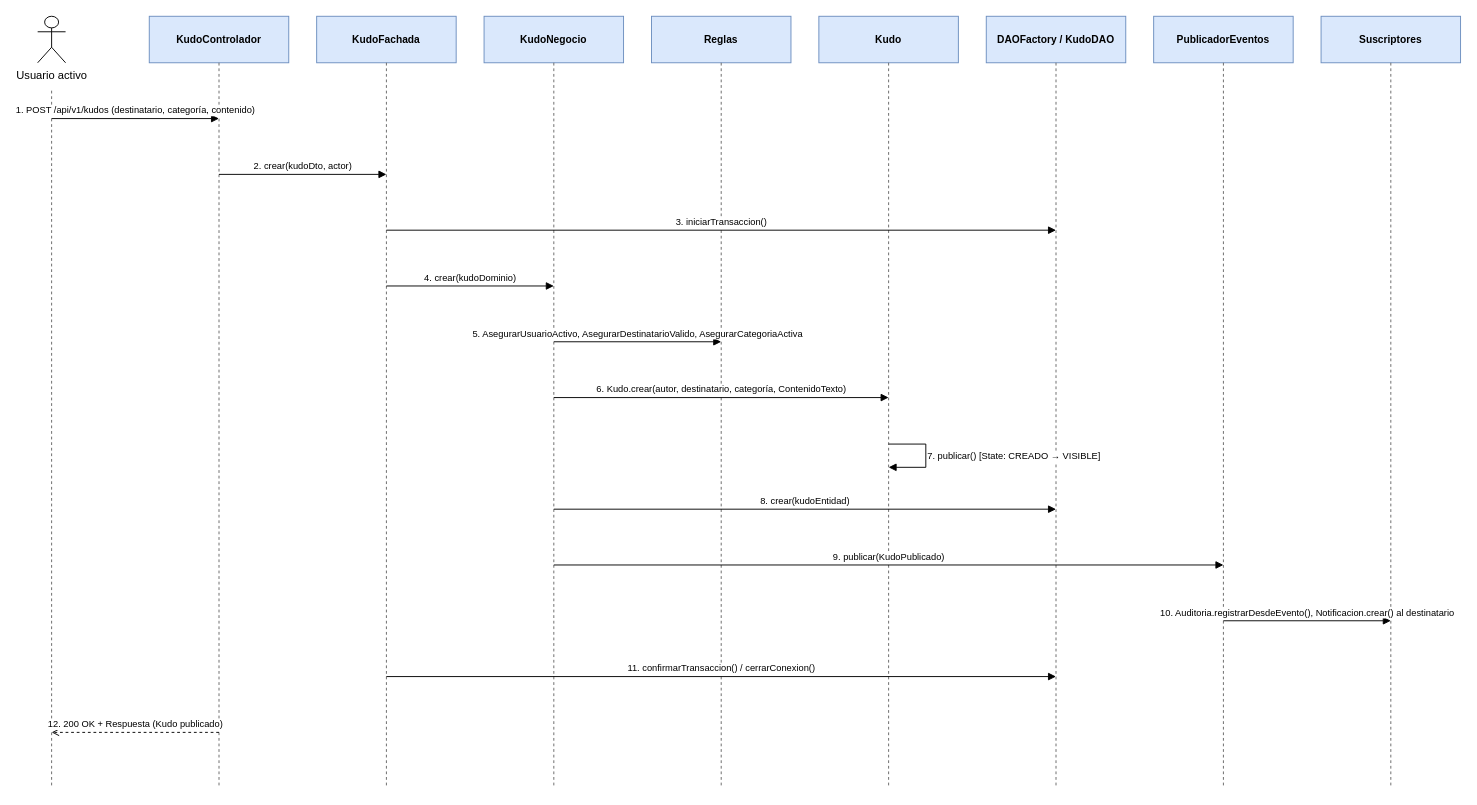
The draw.io diagram page "Crear Kudo" (1 of 5) of documentacion/fuentes/diagramas-secuencia.drawio in JaiderSoto07/kudos-backend, before the edit. Source tidied: cells renumbered, new cells numbered last; positions are measured from the earlier drawing's top-left corner, leaving out a move shared by most shapes. Both pictures are drawn from the tidied source at 93%, with x=0, y=0 at pixel (37, 16).
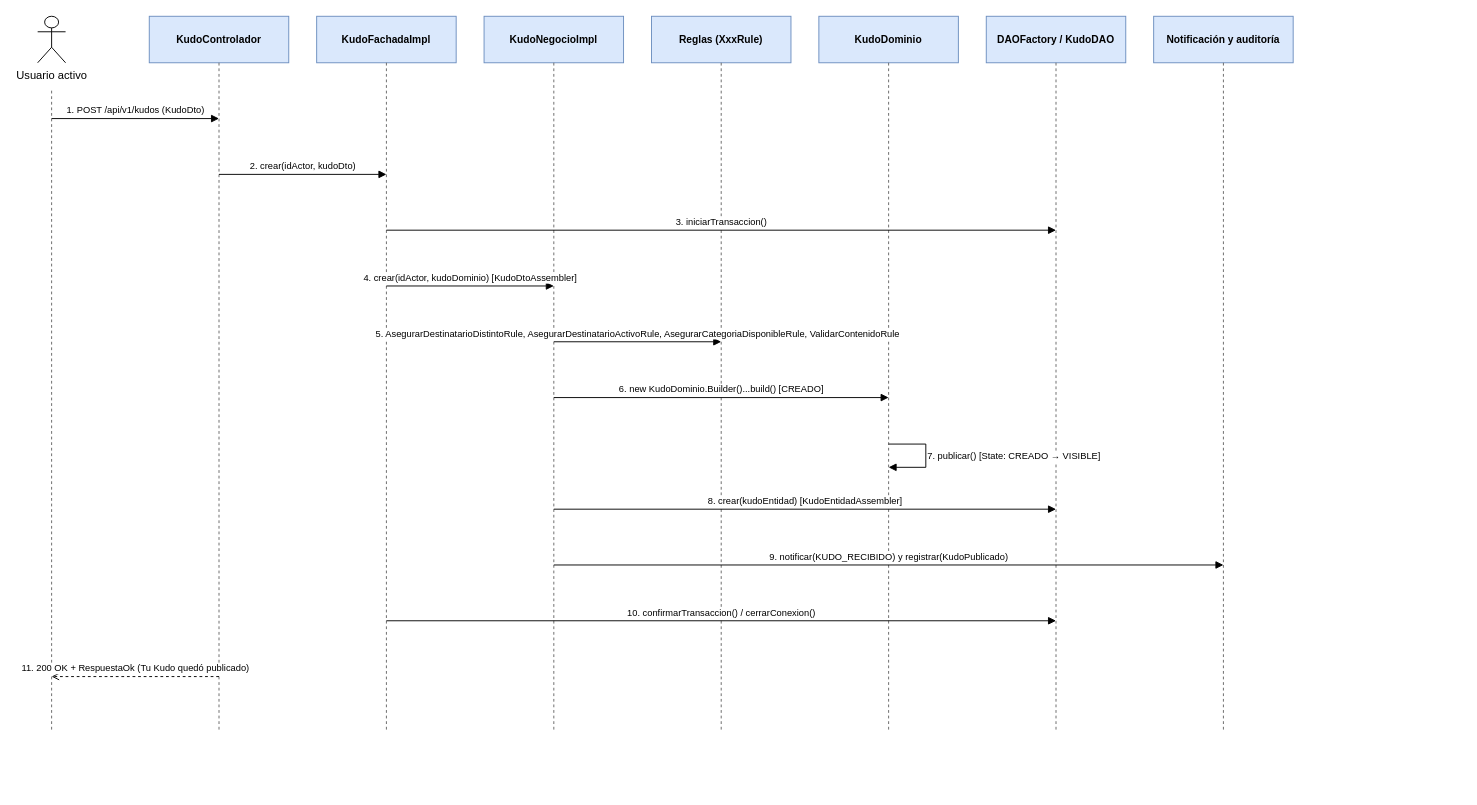
Above is the later version.

The edit, as a diff of the source:
```diff
@@
-    <mxCell id="4" value="KudoFachada" style="rounded=0;whiteSpace=wrap;html=1;fillColor=#dae8fc;strokeColor=#6c8ebf;fontStyle=1;fontSize=11;" parent="1" vertex="1">
+    <mxCell id="4" value="KudoFachadaImpl" style="rounded=0;whiteSpace=wrap;html=1;fillColor=#dae8fc;strokeColor=#6c8ebf;fontStyle=1;fontSize=11;" parent="1" vertex="1">
       <mxGeometry x="300" width="150" height="50" as="geometry" />
     </mxCell>
-    <mxCell id="5" value="KudoNegocio" style="rounded=0;whiteSpace=wrap;html=1;fillColor=#dae8fc;strokeColor=#6c8ebf;fontStyle=1;fontSize=11;" parent="1" vertex="1">
+    <mxCell id="5" value="KudoNegocioImpl" style="rounded=0;whiteSpace=wrap;html=1;fillColor=#dae8fc;strokeColor=#6c8ebf;fontStyle=1;fontSize=11;" parent="1" vertex="1">
       <mxGeometry x="480" width="150" height="50" as="geometry" />
     </mxCell>
-    <mxCell id="6" value="Reglas" style="rounded=0;whiteSpace=wrap;html=1;fillColor=#dae8fc;strokeColor=#6c8ebf;fontStyle=1;fontSize=11;" parent="1" vertex="1">
+    <mxCell id="6" value="Reglas (XxxRule)" style="rounded=0;whiteSpace=wrap;html=1;fillColor=#dae8fc;strokeColor=#6c8ebf;fontStyle=1;fontSize=11;" parent="1" vertex="1">
       <mxGeometry x="660" width="150" height="50" as="geometry" />
     </mxCell>
-    <mxCell id="7" value="Kudo" style="rounded=0;whiteSpace=wrap;html=1;fillColor=#dae8fc;strokeColor=#6c8ebf;fontStyle=1;fontSize=11;" parent="1" vertex="1">
+    <mxCell id="7" value="KudoDominio" style="rounded=0;whiteSpace=wrap;html=1;fillColor=#dae8fc;strokeColor=#6c8ebf;fontStyle=1;fontSize=11;" parent="1" vertex="1">
       <mxGeometry x="840" width="150" height="50" as="geometry" />
     </mxCell>
@@
-    <mxCell id="9" value="PublicadorEventos" style="rounded=0;whiteSpace=wrap;html=1;fillColor=#dae8fc;strokeColor=#6c8ebf;fontStyle=1;fontSize=11;" parent="1" vertex="1">
+    <mxCell id="9" value="Notificación y auditoría" style="rounded=0;whiteSpace=wrap;html=1;fillColor=#dae8fc;strokeColor=#6c8ebf;fontStyle=1;fontSize=11;" parent="1" vertex="1">
       <mxGeometry x="1200" width="150" height="50" as="geometry" />
     </mxCell>
-    <mxCell id="10" value="Suscriptores" style="rounded=0;whiteSpace=wrap;html=1;fillColor=#dae8fc;strokeColor=#6c8ebf;fontStyle=1;fontSize=11;" parent="1" vertex="1">
-      <mxGeometry x="1380" width="150" height="50" as="geometry" />
+    <mxCell id="10" style="endArrow=none;dashed=1;html=1;strokeColor=#666666;" parent="1" edge="1">
+      <mxGeometry relative="1" as="geometry">
+        <mxPoint x="15" y="80" as="sourcePoint" />
+        <mxPoint x="15" y="770" as="targetPoint" />
+      </mxGeometry>
     </mxCell>
     <mxCell id="11" style="endArrow=none;dashed=1;html=1;strokeColor=#666666;" parent="1" edge="1">
       <mxGeometry relative="1" as="geometry">
-        <mxPoint x="15" y="80" as="sourcePoint" />
-        <mxPoint x="15" y="830" as="targetPoint" />
+        <mxPoint x="195" y="50" as="sourcePoint" />
+        <mxPoint x="195" y="770" as="targetPoint" />
       </mxGeometry>
     </mxCell>
     <mxCell id="12" style="endArrow=none;dashed=1;html=1;strokeColor=#666666;" parent="1" edge="1">
       <mxGeometry relative="1" as="geometry">
-        <mxPoint x="195" y="50" as="sourcePoint" />
-        <mxPoint x="195" y="830" as="targetPoint" />
+        <mxPoint x="375" y="50" as="sourcePoint" />
+        <mxPoint x="375" y="770" as="targetPoint" />
       </mxGeometry>
     </mxCell>
     <mxCell id="13" style="endArrow=none;dashed=1;html=1;strokeColor=#666666;" parent="1" edge="1">
       <mxGeometry relative="1" as="geometry">
-        <mxPoint x="375" y="50" as="sourcePoint" />
-        <mxPoint x="375" y="830" as="targetPoint" />
+        <mxPoint x="555" y="50" as="sourcePoint" />
+        <mxPoint x="555" y="770" as="targetPoint" />
       </mxGeometry>
     </mxCell>
     <mxCell id="14" style="endArrow=none;dashed=1;html=1;strokeColor=#666666;" parent="1" edge="1">
       <mxGeometry relative="1" as="geometry">
-        <mxPoint x="555" y="50" as="sourcePoint" />
-        <mxPoint x="555" y="830" as="targetPoint" />
+        <mxPoint x="735" y="50" as="sourcePoint" />
+        <mxPoint x="735" y="770" as="targetPoint" />
       </mxGeometry>
     </mxCell>
     <mxCell id="15" style="endArrow=none;dashed=1;html=1;strokeColor=#666666;" parent="1" edge="1">
       <mxGeometry relative="1" as="geometry">
-        <mxPoint x="735" y="50" as="sourcePoint" />
-        <mxPoint x="735" y="830" as="targetPoint" />
+        <mxPoint x="915" y="50" as="sourcePoint" />
+        <mxPoint x="915" y="770" as="targetPoint" />
       </mxGeometry>
     </mxCell>
     <mxCell id="16" style="endArrow=none;dashed=1;html=1;strokeColor=#666666;" parent="1" edge="1">
       <mxGeometry relative="1" as="geometry">
-        <mxPoint x="915" y="50" as="sourcePoint" />
-        <mxPoint x="915" y="830" as="targetPoint" />
+        <mxPoint x="1095" y="50" as="sourcePoint" />
+        <mxPoint x="1095" y="770" as="targetPoint" />
       </mxGeometry>
     </mxCell>
     <mxCell id="17" style="endArrow=none;dashed=1;html=1;strokeColor=#666666;" parent="1" edge="1">
       <mxGeometry relative="1" as="geometry">
-        <mxPoint x="1095" y="50" as="sourcePoint" />
-        <mxPoint x="1095" y="830" as="targetPoint" />
+        <mxPoint x="1275" y="50" as="sourcePoint" />
+        <mxPoint x="1275" y="770" as="targetPoint" />
       </mxGeometry>
     </mxCell>
-    <mxCell id="18" style="endArrow=none;dashed=1;html=1;strokeColor=#666666;" parent="1" edge="1">
+    <mxCell id="18" value="1. POST /api/v1/kudos (KudoDto)" style="endArrow=block;endFill=1;html=1;rounded=0;fontSize=10;labelBackgroundColor=#ffffff;verticalAlign=bottom;" parent="1" edge="1">
       <mxGeometry relative="1" as="geometry">
-        <mxPoint x="1275" y="50" as="sourcePoint" />
-        <mxPoint x="1275" y="830" as="targetPoint" />
+        <mxPoint x="15" y="110" as="sourcePoint" />
+        <mxPoint x="195" y="110" as="targetPoint" />
       </mxGeometry>
     </mxCell>
-    <mxCell id="19" style="endArrow=none;dashed=1;html=1;strokeColor=#666666;" parent="1" edge="1">
+    <mxCell id="19" value="2. crear(idActor, kudoDto)" style="endArrow=block;endFill=1;html=1;rounded=0;fontSize=10;labelBackgroundColor=#ffffff;verticalAlign=bottom;" parent="1" edge="1">
       <mxGeometry relative="1" as="geometry">
-        <mxPoint x="1455" y="50" as="sourcePoint" />
-        <mxPoint x="1455" y="830" as="targetPoint" />
+        <mxPoint x="195" y="170" as="sourcePoint" />
+        <mxPoint x="375" y="170" as="targetPoint" />
       </mxGeometry>
     </mxCell>
-    <mxCell id="20" value="1. POST /api/v1/kudos (destinatario, categoría, contenido)" style="endArrow=block;endFill=1;html=1;rounded=0;fontSize=10;labelBackgroundColor=#ffffff;verticalAlign=bottom;" parent="1" edge="1">
+    <mxCell id="20" value="3. iniciarTransaccion()" style="endArrow=block;endFill=1;html=1;rounded=0;fontSize=10;labelBackgroundColor=#ffffff;verticalAlign=bottom;" parent="1" edge="1">
       <mxGeometry relative="1" as="geometry">
-        <mxPoint x="15" y="110" as="sourcePoint" />
-        <mxPoint x="195" y="110" as="targetPoint" />
+        <mxPoint x="375" y="230" as="sourcePoint" />
+        <mxPoint x="1095" y="230" as="targetPoint" />
       </mxGeometry>
     </mxCell>
-    <mxCell id="21" value="2. crear(kudoDto, actor)" style="endArrow=block;endFill=1;html=1;rounded=0;fontSize=10;labelBackgroundColor=#ffffff;verticalAlign=bottom;" parent="1" edge="1">
+    <mxCell id="21" value="4. crear(idActor, kudoDominio)  [KudoDtoAssembler]" style="endArrow=block;endFill=1;html=1;rounded=0;fontSize=10;labelBackgroundColor=#ffffff;verticalAlign=bottom;" parent="1" edge="1">
       <mxGeometry relative="1" as="geometry">
-        <mxPoint x="195" y="170" as="sourcePoint" />
-        <mxPoint x="375" y="170" as="targetPoint" />
+        <mxPoint x="375" y="290" as="sourcePoint" />
+        <mxPoint x="555" y="290" as="targetPoint" />
       </mxGeometry>
     </mxCell>
-    <mxCell id="22" value="3. iniciarTransaccion()" style="endArrow=block;endFill=1;html=1;rounded=0;fontSize=10;labelBackgroundColor=#ffffff;verticalAlign=bottom;" parent="1" edge="1">
+    <mxCell id="22" value="5. AsegurarDestinatarioDistintoRule, AsegurarDestinatarioActivoRule, AsegurarCategoriaDisponibleRule, ValidarContenidoRule" style="endArrow=block;endFill=1;html=1;rounded=0;fontSize=10;labelBackgroundColor=#ffffff;verticalAlign=bottom;" parent="1" edge="1">
       <mxGeometry relative="1" as="geometry">
-        <mxPoint x="375" y="230" as="sourcePoint" />
-        <mxPoint x="1095" y="230" as="targetPoint" />
+        <mxPoint x="555" y="350" as="sourcePoint" />
+        <mxPoint x="735" y="350" as="targetPoint" />
       </mxGeometry>
     </mxCell>
-    <mxCell id="23" value="4. crear(kudoDominio)" style="endArrow=block;endFill=1;html=1;rounded=0;fontSize=10;labelBackgroundColor=#ffffff;verticalAlign=bottom;" parent="1" edge="1">
+    <mxCell id="23" value="6. new KudoDominio.Builder()...build()  [CREADO]" style="endArrow=block;endFill=1;html=1;rounded=0;fontSize=10;labelBackgroundColor=#ffffff;verticalAlign=bottom;" parent="1" edge="1">
       <mxGeometry relative="1" as="geometry">
-        <mxPoint x="375" y="290" as="sourcePoint" />
-        <mxPoint x="555" y="290" as="targetPoint" />
+        <mxPoint x="555" y="410" as="sourcePoint" />
+        <mxPoint x="915" y="410" as="targetPoint" />
       </mxGeometry>
     </mxCell>
-    <mxCell id="24" value="5. AsegurarUsuarioActivo, AsegurarDestinatarioValido, AsegurarCategoriaActiva" style="endArrow=block;endFill=1;html=1;rounded=0;fontSize=10;labelBackgroundColor=#ffffff;verticalAlign=bottom;" parent="1" edge="1">
+    <mxCell id="24" value="7. publicar()  [State: CREADO → VISIBLE]" style="endArrow=block;endFill=1;html=1;rounded=0;fontSize=10;align=left;labelBackgroundColor=#ffffff;" parent="1" edge="1">
       <mxGeometry relative="1" as="geometry">
-        <mxPoint x="555" y="350" as="sourcePoint" />
-        <mxPoint x="735" y="350" as="targetPoint" />
+        <mxPoint x="915" y="460" as="sourcePoint" />
+        <mxPoint x="915" y="485" as="targetPoint" />
+        <Array as="points">
+          <mxPoint x="955" y="460" />
+          <mxPoint x="955" y="485" />
+        </Array>
       </mxGeometry>
     </mxCell>
-    <mxCell id="25" value="6. Kudo.crear(autor, destinatario, categoría, ContenidoTexto)" style="endArrow=block;endFill=1;html=1;rounded=0;fontSize=10;labelBackgroundColor=#ffffff;verticalAlign=bottom;" parent="1" edge="1">
+    <mxCell id="25" value="8. crear(kudoEntidad)  [KudoEntidadAssembler]" style="endArrow=block;endFill=1;html=1;rounded=0;fontSize=10;labelBackgroundColor=#ffffff;verticalAlign=bottom;" parent="1" edge="1">
       <mxGeometry relative="1" as="geometry">
-        <mxPoint x="555" y="410" as="sourcePoint" />
-        <mxPoint x="915" y="410" as="targetPoint" />
+        <mxPoint x="555" y="530" as="sourcePoint" />
+        <mxPoint x="1095" y="530" as="targetPoint" />
       </mxGeometry>
     </mxCell>
-    <mxCell id="26" value="7. publicar()  [State: CREADO → VISIBLE]" style="endArrow=block;endFill=1;html=1;rounded=0;fontSize=10;align=left;labelBackgroundColor=#ffffff;" parent="1" edge="1">
+    <mxCell id="26" value="9. notificar(KUDO_RECIBIDO) y registrar(KudoPublicado)" style="endArrow=block;endFill=1;html=1;rounded=0;fontSize=10;labelBackgroundColor=#ffffff;verticalAlign=bottom;" parent="1" edge="1">
       <mxGeometry relative="1" as="geometry">
-        <mxPoint x="915" y="460" as="sourcePoint" />
-        <mxPoint x="915" y="485" as="targetPoint" />
-        <Array as="points">
-          <mxPoint x="955" y="460" />
-          <mxPoint x="955" y="485" />
-        </Array>
+        <mxPoint x="555" y="590" as="sourcePoint" />
+        <mxPoint x="1275" y="590" as="targetPoint" />
       </mxGeometry>
     </mxCell>
-    <mxCell id="27" value="8. crear(kudoEntidad)" style="endArrow=block;endFill=1;html=1;rounded=0;fontSize=10;labelBackgroundColor=#ffffff;verticalAlign=bottom;" parent="1" edge="1">
+    <mxCell id="27" value="10. confirmarTransaccion() / cerrarConexion()" style="endArrow=block;endFill=1;html=1;rounded=0;fontSize=10;labelBackgroundColor=#ffffff;verticalAlign=bottom;" parent="1" edge="1">
       <mxGeometry relative="1" as="geometry">
-        <mxPoint x="555" y="530" as="sourcePoint" />
-        <mxPoint x="1095" y="530" as="targetPoint" />
+        <mxPoint x="375" y="650" as="sourcePoint" />
+        <mxPoint x="1095" y="650" as="targetPoint" />
       </mxGeometry>
     </mxCell>
-    <mxCell id="28" value="9. publicar(KudoPublicado)" style="endArrow=block;endFill=1;html=1;rounded=0;fontSize=10;labelBackgroundColor=#ffffff;verticalAlign=bottom;" parent="1" edge="1">
+    <mxCell id="28" value="11. 200 OK + RespuestaOk (Tu Kudo quedó publicado)" style="endArrow=open;endFill=0;dashed=1;html=1;rounded=0;fontSize=10;labelBackgroundColor=#ffffff;verticalAlign=bottom;" parent="1" edge="1">
       <mxGeometry relative="1" as="geometry">
-        <mxPoint x="555" y="590" as="sourcePoint" />
-        <mxPoint x="1275" y="590" as="targetPoint" />
+        <mxPoint x="195" y="710" as="sourcePoint" />
+        <mxPoint x="15" y="710" as="targetPoint" />
       </mxGeometry>
     </mxCell>
-    <mxCell id="29" value="10. Auditoria.registrarDesdeEvento(), Notificacion.crear() al destinatario" style="endArrow=block;endFill=1;html=1;rounded=0;fontSize=10;labelBackgroundColor=#ffffff;verticalAlign=bottom;" parent="1" edge="1">
-      <mxGeometry relative="1" as="geometry">
-        <mxPoint x="1275" y="650" as="sourcePoint" />
-        <mxPoint x="1455" y="650" as="targetPoint" />
-      </mxGeometry>
-    </mxCell>
-    <mxCell id="30" value="11. confirmarTransaccion() / cerrarConexion()" style="endArrow=block;endFill=1;html=1;rounded=0;fontSize=10;labelBackgroundColor=#ffffff;verticalAlign=bottom;" parent="1" edge="1">
-      <mxGeometry relative="1" as="geometry">
-        <mxPoint x="375" y="710" as="sourcePoint" />
-        <mxPoint x="1095" y="710" as="targetPoint" />
-      </mxGeometry>
-    </mxCell>
-    <mxCell id="31" value="12. 200 OK + Respuesta (Kudo publicado)" style="endArrow=open;endFill=0;dashed=1;html=1;rounded=0;fontSize=10;labelBackgroundColor=#ffffff;verticalAlign=bottom;" parent="1" edge="1">
-      <mxGeometry relative="1" as="geometry">
-        <mxPoint x="195" y="770" as="sourcePoint" />
-        <mxPoint x="15" y="770" as="targetPoint" />
-      </mxGeometry>
-    </mxCell>
```
